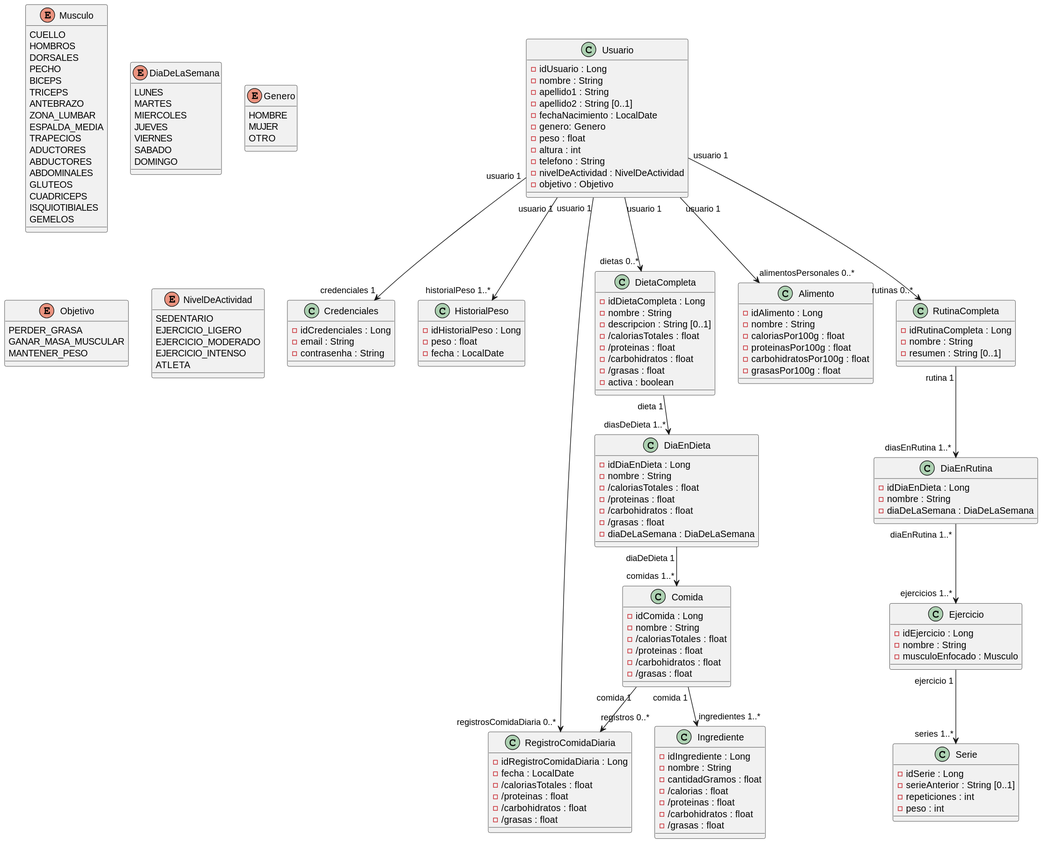
AlejandroAranaGomez/TFG keeps this PlantUML diagram as Diagramas/DiagramaDeClases.svg. Above is the earlier version.
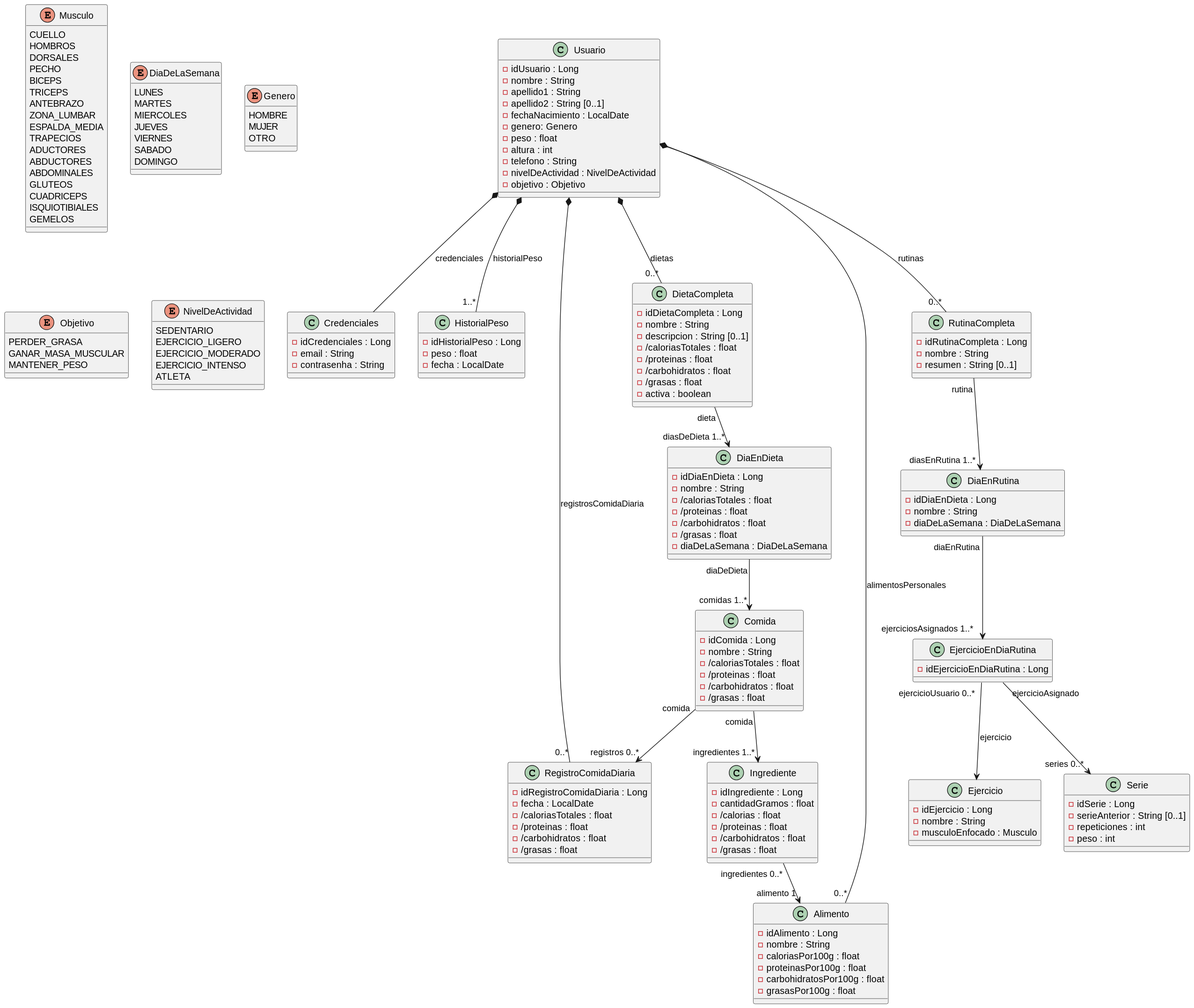
The same diagram one commit later.

What changed in the source:
```diff
@@ -119,7 +119,6 @@
 
 class Ingrediente {
 - idIngrediente : Long
-- nombre : String
 - cantidadGramos : float
 - /calorias : float
 - /proteinas : float
@@ -154,6 +153,10 @@
 - musculoEnfocado : Musculo
 }
 
+class EjercicioEnDiaRutina {
+- idEjercicioEnDiaRutina : Long
+}
+
 class Serie {
 - idSerie : Long
 - serieAnterior : String [0..1]
@@ -162,29 +165,33 @@
 }
 
 
-Usuario "usuario 1"  --> "dietas 0..*" DietaCompleta
+Usuario *-- "0..*" DietaCompleta : dietas
 
-Usuario "usuario 1" --> "credenciales 1" Credenciales
+Usuario *--  Credenciales : credenciales
 
-Usuario "usuario 1" --> "historialPeso 1..*" HistorialPeso
+Usuario *-- "1..*" HistorialPeso : historialPeso
 
-Usuario "usuario 1" --> "registrosComidaDiaria 0..*" RegistroComidaDiaria
+Usuario *-- "0..*" RegistroComidaDiaria : registrosComidaDiaria
 
-Comida "comida 1" --> "registros 0..*" RegistroComidaDiaria
+Comida "comida" --> "registros 0..*" RegistroComidaDiaria
 
-DietaCompleta "dieta 1" --> "diasDeDieta 1..*" DiaEnDieta
+DietaCompleta "dieta" --> "diasDeDieta 1..*" DiaEnDieta
 
-Usuario "usuario 1"  --> "rutinas 0..*" RutinaCompleta
+Usuario *-- "0..*" RutinaCompleta : rutinas
 
-DiaEnDieta "diaDeDieta 1"  --> "comidas 1..*" Comida
+DiaEnDieta "diaDeDieta"  --> "comidas 1..*" Comida
 
-Comida "comida 1"  --> "ingredientes 1..*" Ingrediente
+Comida "comida"  --> "ingredientes 1..*" Ingrediente
 
-Usuario "usuario 1" --> "alimentosPersonales 0..*" Alimento
+Ingrediente "ingredientes 0..*" --> "alimento 1" Alimento
 
-RutinaCompleta "rutina 1"  --> "diasEnRutina 1..*" DiaEnRutina
+Usuario *-- "0..*" Alimento : alimentosPersonales
 
-DiaEnRutina "diaEnRutina 1..*" --> "ejercicios 1..*" Ejercicio
+RutinaCompleta "rutina"  --> "diasEnRutina 1..*" DiaEnRutina
 
-Ejercicio "ejercicio 1"  --> "series 1..*" Serie
+DiaEnRutina "diaEnRutina" --> "ejerciciosAsignados 1..*" EjercicioEnDiaRutina
+
+EjercicioEnDiaRutina "ejercicioUsuario 0..*" --> Ejercicio : ejercicio
+
+EjercicioEnDiaRutina "ejercicioAsignado" --> "series 0..*" Serie
 @enduml
```
